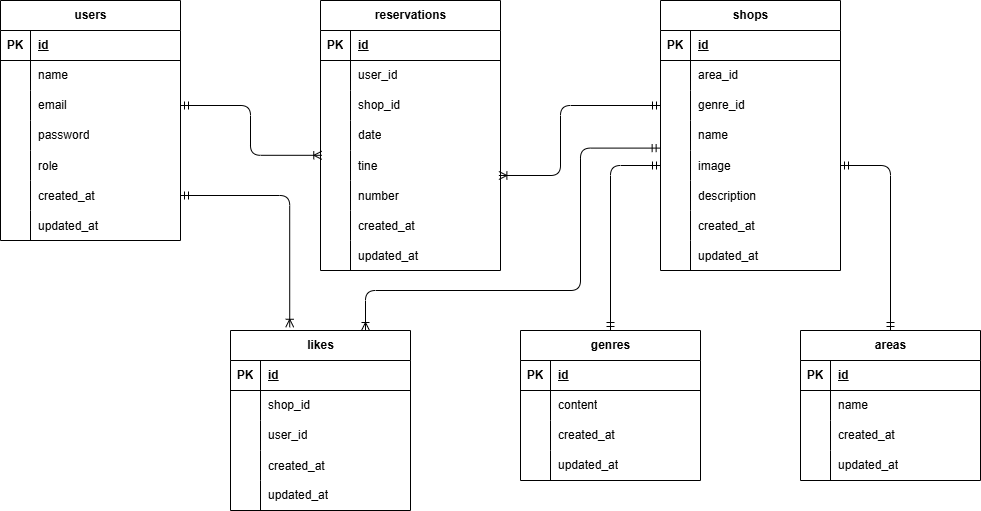
Above: rese.drawio.png in daiki-hayakawa17/Rese (draw.io), before the change. Source tidied: cells renumbered, new cells last; positions are measured from the earlier drawing's top-left corner, leaving out a move shared by most shapes.
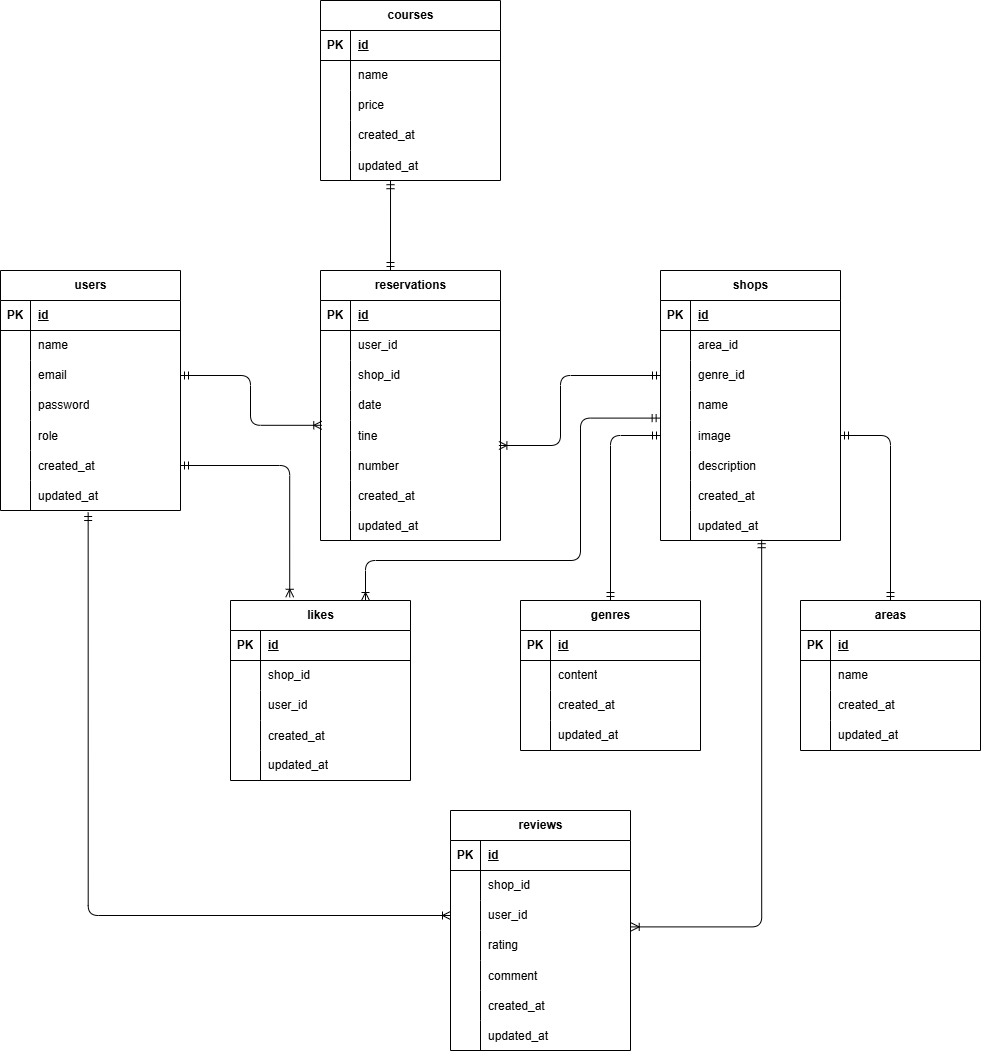
Above is the later version.

The edit, as a diff of the source:
```diff
@@ -373,5 +373,134 @@
     <mxCell id="121" style="edgeStyle=orthogonalEdgeStyle;fontSize=12;html=1;endArrow=ERoneToMany;startArrow=ERmandOne;exitX=1;exitY=0.5;exitDx=0;exitDy=0;entryX=0.329;entryY=-0.018;entryDx=0;entryDy=0;entryPerimeter=0;" parent="1" edge="1" source="18" target="100">
       <mxGeometry relative="1" as="geometry" />
     </mxCell>
+    <mxCell id="122" value="reviews" style="shape=table;startSize=30;rowLines=0;fontStyle=1;align=center;html=1;" parent="1" vertex="1">
+      <mxGeometry x="450" y="540" width="180" height="240" as="geometry" />
+    </mxCell>
+    <mxCell id="123" style="shape=tableRow;horizontal=0;startSize=0;swimlaneHead=0;swimlaneBody=0;fillColor=none;top=0;left=0;right=0;bottom=1;" parent="122" vertex="1">
+      <mxGeometry y="30" width="180" height="30" as="geometry" />
+    </mxCell>
+    <mxCell id="124" value="PK" style="shape=partialRectangle;fillColor=none;top=0;left=0;bottom=0;right=0;fontStyle=1;overflow=hidden;whiteSpace=wrap;html=1;" parent="123" vertex="1">
+      <mxGeometry width="30" height="30" as="geometry" />
+    </mxCell>
+    <mxCell id="125" value="id" style="shape=partialRectangle;fillColor=none;top=0;left=0;bottom=0;right=0;align=left;spacingLeft=6;fontStyle=5;overflow=hidden;whiteSpace=wrap;html=1;" parent="123" vertex="1">
+      <mxGeometry x="30" width="150" height="30" as="geometry" />
+    </mxCell>
+    <mxCell id="126" style="shape=tableRow;horizontal=0;startSize=0;swimlaneHead=0;swimlaneBody=0;fillColor=none;top=0;left=0;right=0;bottom=0;" parent="122" vertex="1">
+      <mxGeometry y="60" width="180" height="30" as="geometry" />
+    </mxCell>
+    <mxCell id="127" style="shape=partialRectangle;fillColor=none;top=0;left=0;bottom=0;right=0;overflow=hidden;whiteSpace=wrap;html=1;" parent="126" vertex="1">
+      <mxGeometry width="30" height="30" as="geometry" />
+    </mxCell>
+    <mxCell id="128" value="shop_id" style="shape=partialRectangle;fillColor=none;top=0;left=0;bottom=0;right=0;align=left;spacingLeft=6;overflow=hidden;whiteSpace=wrap;html=1;" parent="126" vertex="1">
+      <mxGeometry x="30" width="150" height="30" as="geometry" />
+    </mxCell>
+    <mxCell id="129" style="shape=tableRow;horizontal=0;startSize=0;swimlaneHead=0;swimlaneBody=0;fillColor=none;points=[[0,0.5],[1,0.5]];portConstraint=eastwest;top=0;left=0;right=0;bottom=0;" parent="122" vertex="1">
+      <mxGeometry y="90" width="180" height="30" as="geometry" />
+    </mxCell>
+    <mxCell id="130" style="shape=partialRectangle;fillColor=none;top=0;left=0;bottom=0;right=0;overflow=hidden;whiteSpace=wrap;html=1;" parent="129" vertex="1">
+      <mxGeometry width="30" height="30" as="geometry" />
+    </mxCell>
+    <mxCell id="131" value="user_id" style="shape=partialRectangle;fillColor=none;top=0;left=0;bottom=0;right=0;align=left;spacingLeft=6;overflow=hidden;whiteSpace=wrap;html=1;" parent="129" vertex="1">
+      <mxGeometry x="30" width="150" height="30" as="geometry" />
+    </mxCell>
+    <mxCell id="132" style="shape=tableRow;horizontal=0;startSize=0;swimlaneHead=0;swimlaneBody=0;fillColor=none;top=0;left=0;right=0;bottom=0;" parent="122" vertex="1">
+      <mxGeometry y="120" width="180" height="30" as="geometry" />
+    </mxCell>
+    <mxCell id="133" style="shape=partialRectangle;fillColor=none;top=0;left=0;bottom=0;right=0;overflow=hidden;whiteSpace=wrap;html=1;" parent="132" vertex="1">
+      <mxGeometry width="30" height="30" as="geometry" />
+    </mxCell>
+    <mxCell id="134" value="rating" style="shape=partialRectangle;fillColor=none;top=0;left=0;bottom=0;right=0;align=left;spacingLeft=6;overflow=hidden;whiteSpace=wrap;html=1;" parent="132" vertex="1">
+      <mxGeometry x="30" width="150" height="30" as="geometry" />
+    </mxCell>
+    <mxCell id="135" style="shape=tableRow;horizontal=0;startSize=0;swimlaneHead=0;swimlaneBody=0;fillColor=none;top=0;left=0;right=0;bottom=0;" parent="122" vertex="1">
+      <mxGeometry y="150" width="180" height="30" as="geometry" />
+    </mxCell>
+    <mxCell id="136" style="shape=partialRectangle;fillColor=none;top=0;left=0;bottom=0;right=0;overflow=hidden;" parent="135" vertex="1">
+      <mxGeometry width="30" height="30" as="geometry" />
+    </mxCell>
+    <mxCell id="137" value="comment" style="shape=partialRectangle;fillColor=none;top=0;left=0;bottom=0;right=0;align=left;spacingLeft=6;overflow=hidden;" parent="135" vertex="1">
+      <mxGeometry x="30" width="150" height="30" as="geometry" />
+    </mxCell>
+    <mxCell id="138" style="shape=tableRow;horizontal=0;startSize=0;swimlaneHead=0;swimlaneBody=0;fillColor=none;top=0;left=0;right=0;bottom=0;" parent="122" vertex="1">
+      <mxGeometry y="180" width="180" height="30" as="geometry" />
+    </mxCell>
+    <mxCell id="139" style="shape=partialRectangle;fillColor=none;top=0;left=0;bottom=0;right=0;overflow=hidden;" parent="138" vertex="1">
+      <mxGeometry width="30" height="30" as="geometry" />
+    </mxCell>
+    <mxCell id="140" value="created_at" style="shape=partialRectangle;fillColor=none;top=0;left=0;bottom=0;right=0;align=left;spacingLeft=6;overflow=hidden;" parent="138" vertex="1">
+      <mxGeometry x="30" width="150" height="30" as="geometry" />
+    </mxCell>
+    <mxCell id="141" style="shape=tableRow;horizontal=0;startSize=0;swimlaneHead=0;swimlaneBody=0;fillColor=none;top=0;left=0;right=0;bottom=0;" parent="122" vertex="1">
+      <mxGeometry y="210" width="180" height="30" as="geometry" />
+    </mxCell>
+    <mxCell id="142" style="shape=partialRectangle;fillColor=none;top=0;left=0;bottom=0;right=0;overflow=hidden;" parent="141" vertex="1">
+      <mxGeometry width="30" height="30" as="geometry" />
+    </mxCell>
+    <mxCell id="143" value="updated_at" style="shape=partialRectangle;fillColor=none;top=0;left=0;bottom=0;right=0;align=left;spacingLeft=6;overflow=hidden;" parent="141" vertex="1">
+      <mxGeometry x="30" width="150" height="30" as="geometry" />
+    </mxCell>
+    <mxCell id="144" style="edgeStyle=orthogonalEdgeStyle;fontSize=12;html=1;endArrow=ERmandOne;startArrow=ERoneToMany;entryX=0.487;entryY=1.067;entryDx=0;entryDy=0;entryPerimeter=0;endFill=0;startFill=0;" parent="1" edge="1" source="129" target="21">
+      <mxGeometry relative="1" as="geometry">
+        <Array as="points">
+          <mxPoint x="88" y="645" />
+        </Array>
+      </mxGeometry>
+    </mxCell>
+    <mxCell id="145" style="edgeStyle=orthogonalEdgeStyle;fontSize=12;html=1;endArrow=ERmandOne;endFill=0;entryX=0.562;entryY=0.973;entryDx=0;entryDy=0;entryPerimeter=0;exitX=1.004;exitY=0.88;exitDx=0;exitDy=0;exitPerimeter=0;startArrow=ERoneToMany;startFill=0;" parent="1" edge="1" source="129" target="59">
+      <mxGeometry relative="1" as="geometry" />
+    </mxCell>
+    <mxCell id="146" value="courses" style="shape=table;startSize=30;rowLines=0;fontStyle=1;align=center;html=1;" parent="1" vertex="1">
+      <mxGeometry x="320" y="-270" width="180" height="180" as="geometry" />
+    </mxCell>
+    <mxCell id="147" style="shape=tableRow;horizontal=0;startSize=0;swimlaneHead=0;swimlaneBody=0;fillColor=none;top=0;left=0;right=0;bottom=1;" parent="146" vertex="1">
+      <mxGeometry y="30" width="180" height="30" as="geometry" />
+    </mxCell>
+    <mxCell id="148" value="PK" style="shape=partialRectangle;fillColor=none;top=0;left=0;bottom=0;right=0;fontStyle=1;overflow=hidden;whiteSpace=wrap;html=1;" parent="147" vertex="1">
+      <mxGeometry width="30" height="30" as="geometry" />
+    </mxCell>
+    <mxCell id="149" value="id" style="shape=partialRectangle;fillColor=none;top=0;left=0;bottom=0;right=0;align=left;spacingLeft=6;fontStyle=5;overflow=hidden;whiteSpace=wrap;html=1;" parent="147" vertex="1">
+      <mxGeometry x="30" width="150" height="30" as="geometry" />
+    </mxCell>
+    <mxCell id="150" style="shape=tableRow;horizontal=0;startSize=0;swimlaneHead=0;swimlaneBody=0;fillColor=none;top=0;left=0;right=0;bottom=0;" parent="146" vertex="1">
+      <mxGeometry y="60" width="180" height="30" as="geometry" />
+    </mxCell>
+    <mxCell id="151" style="shape=partialRectangle;fillColor=none;top=0;left=0;bottom=0;right=0;overflow=hidden;whiteSpace=wrap;html=1;" parent="150" vertex="1">
+      <mxGeometry width="30" height="30" as="geometry" />
+    </mxCell>
+    <mxCell id="152" value="name" style="shape=partialRectangle;fillColor=none;top=0;left=0;bottom=0;right=0;align=left;spacingLeft=6;overflow=hidden;whiteSpace=wrap;html=1;" parent="150" vertex="1">
+      <mxGeometry x="30" width="150" height="30" as="geometry" />
+    </mxCell>
+    <mxCell id="153" style="shape=tableRow;horizontal=0;startSize=0;swimlaneHead=0;swimlaneBody=0;fillColor=none;top=0;left=0;right=0;bottom=0;" parent="146" vertex="1">
+      <mxGeometry y="90" width="180" height="30" as="geometry" />
+    </mxCell>
+    <mxCell id="154" style="shape=partialRectangle;fillColor=none;top=0;left=0;bottom=0;right=0;overflow=hidden;whiteSpace=wrap;html=1;" parent="153" vertex="1">
+      <mxGeometry width="30" height="30" as="geometry" />
+    </mxCell>
+    <mxCell id="155" value="price" style="shape=partialRectangle;fillColor=none;top=0;left=0;bottom=0;right=0;align=left;spacingLeft=6;overflow=hidden;whiteSpace=wrap;html=1;" parent="153" vertex="1">
+      <mxGeometry x="30" width="150" height="30" as="geometry" />
+    </mxCell>
+    <mxCell id="156" style="shape=tableRow;horizontal=0;startSize=0;swimlaneHead=0;swimlaneBody=0;fillColor=none;top=0;left=0;right=0;bottom=0;" parent="146" vertex="1">
+      <mxGeometry y="120" width="180" height="30" as="geometry" />
+    </mxCell>
+    <mxCell id="157" style="shape=partialRectangle;fillColor=none;top=0;left=0;bottom=0;right=0;overflow=hidden;whiteSpace=wrap;html=1;" parent="156" vertex="1">
+      <mxGeometry width="30" height="30" as="geometry" />
+    </mxCell>
+    <mxCell id="158" value="created_at" style="shape=partialRectangle;fillColor=none;top=0;left=0;bottom=0;right=0;align=left;spacingLeft=6;overflow=hidden;whiteSpace=wrap;html=1;" parent="156" vertex="1">
+      <mxGeometry x="30" width="150" height="30" as="geometry" />
+    </mxCell>
+    <mxCell id="159" style="shape=tableRow;horizontal=0;startSize=0;swimlaneHead=0;swimlaneBody=0;fillColor=none;points=[[0,0.5],[1,0.5]];portConstraint=eastwest;top=0;left=0;right=0;bottom=0;" parent="146" vertex="1">
+      <mxGeometry y="150" width="180" height="30" as="geometry" />
+    </mxCell>
+    <mxCell id="160" style="shape=partialRectangle;fillColor=none;top=0;left=0;bottom=0;right=0;overflow=hidden;" parent="159" vertex="1">
+      <mxGeometry width="30" height="30" as="geometry" />
+    </mxCell>
+    <mxCell id="161" value="updated_at" style="shape=partialRectangle;fillColor=none;top=0;left=0;bottom=0;right=0;align=left;spacingLeft=6;overflow=hidden;" parent="159" vertex="1">
+      <mxGeometry x="30" width="150" height="30" as="geometry" />
+    </mxCell>
+    <mxCell id="162" style="fontSize=12;html=1;endArrow=ERmandOne;endFill=0;entryX=0.389;entryY=1.007;entryDx=0;entryDy=0;entryPerimeter=0;startArrow=ERmandOne;startFill=0;" parent="1" edge="1" target="159">
+      <mxGeometry relative="1" as="geometry">
+        <mxPoint x="390" as="sourcePoint" />
+      </mxGeometry>
+    </mxCell>
   </root>
 </mxGraphModel>
```
